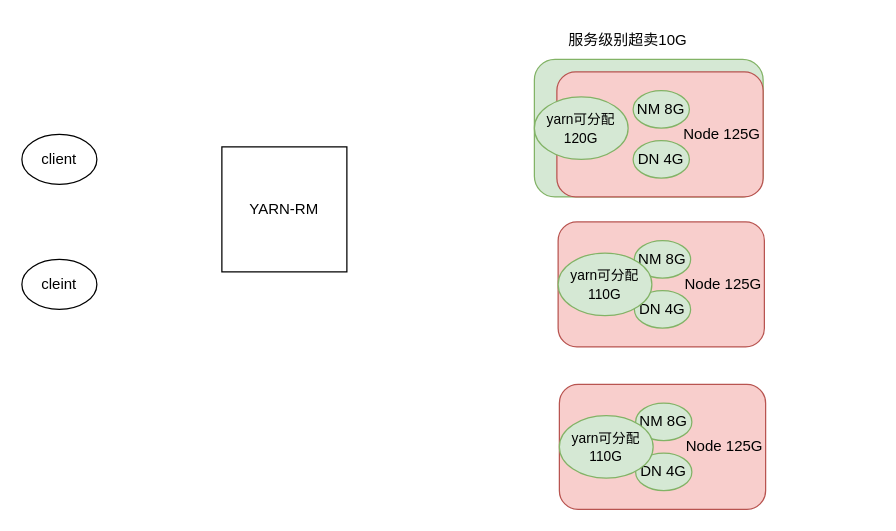
Earlier version of the draw.io diagram yarn-超.drawio (liangrui198/001). Source tidied: cells renumbered, new cells numbered last; positions are measured from the earlier drawing's top-left corner, leaving out a move shared by most shapes. Both pictures are drawn from the tidied source at 125%, with x=0, y=0 at pixel (21, 21).
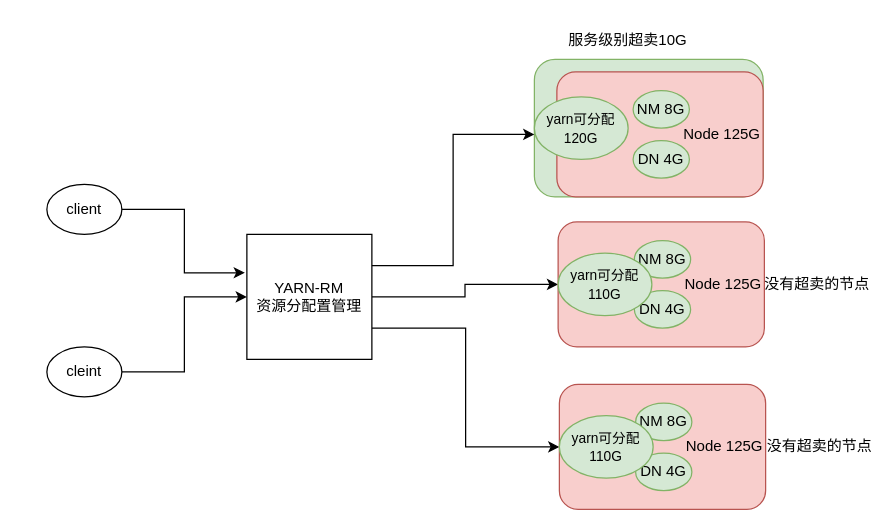
The same page after the edit.

The change refers to these unchanged cells:
```xml
<mxCell id="9" value="&lt;font style=&quot;font-size: 11px;&quot;&gt;yarn可分配 120G&lt;/font&gt;" style="ellipse;whiteSpace=wrap;html=1;fillColor=#d5e8d4;strokeColor=#82b366;" parent="1" vertex="1">
  <mxGeometry x="410" y="60" width="75" height="50" as="geometry" />
</mxCell>
<mxCell id="11" value="&lt;blockquote style=&quot;margin: 0 0 0 40px; border: none; padding: 0px;&quot;&gt;Node 125G&lt;/blockquote&gt;" style="rounded=1;whiteSpace=wrap;html=1;align=right;fillColor=#f8cecc;strokeColor=#b85450;" parent="1" vertex="1">
  <mxGeometry x="429" y="160" width="165" height="100" as="geometry" />
</mxCell>
<mxCell id="18" value="&lt;font style=&quot;font-size: 11px;&quot;&gt;yarn可分配 110G&lt;/font&gt;" style="ellipse;whiteSpace=wrap;html=1;fillColor=#d5e8d4;strokeColor=#82b366;" parent="1" vertex="1">
  <mxGeometry x="430" y="315" width="75" height="50" as="geometry" />
</mxCell>
```

Change to the diagram source:
```diff
@@
     <mxCell id="2" value="client" style="ellipse;whiteSpace=wrap;html=1;" parent="1" vertex="1">
-      <mxGeometry y="90" width="60" height="40" as="geometry" />
+      <mxGeometry x="20" y="130" width="60" height="40" as="geometry" />
     </mxCell>
+    <mxCell id="19" style="edgeStyle=orthogonalEdgeStyle;rounded=0;jettySize=auto;html=1;" parent="1" edge="1" source="3" target="11">
+      <mxGeometry relative="1" as="geometry" />
+    </mxCell>
+    <mxCell id="20" style="edgeStyle=orthogonalEdgeStyle;rounded=0;jettySize=auto;html=1;exitX=1;exitY=0.75;exitDx=0;exitDy=0;entryX=0;entryY=0.5;entryDx=0;entryDy=0;" parent="1" edge="1" source="3" target="18">
+      <mxGeometry relative="1" as="geometry" />
+    </mxCell>
-    <mxCell id="3" value="YARN-RM" style="whiteSpace=wrap;html=1;" parent="1" vertex="1">
-      <mxGeometry x="160" y="100" width="100" height="100" as="geometry" />
+    <mxCell id="3" value="YARN-RM&lt;div&gt;资源分配置管理&lt;/div&gt;" style="whiteSpace=wrap;html=1;" parent="1" vertex="1">
+      <mxGeometry x="180" y="170" width="100" height="100" as="geometry" />
     </mxCell>
@@
+    <mxCell id="21" style="edgeStyle=orthogonalEdgeStyle;rounded=0;jettySize=auto;html=1;" parent="1" edge="1" source="6" target="3">
+      <mxGeometry relative="1" as="geometry" />
+    </mxCell>
     <mxCell id="6" value="cleint" style="ellipse;whiteSpace=wrap;html=1;" parent="1" vertex="1">
-      <mxGeometry y="190" width="60" height="40" as="geometry" />
+      <mxGeometry x="20" y="260" width="60" height="40" as="geometry" />
     </mxCell>
@@
+    <mxCell id="22" style="edgeStyle=orthogonalEdgeStyle;rounded=0;jettySize=auto;html=1;entryX=-0.016;entryY=0.307;entryDx=0;entryDy=0;entryPerimeter=0;" parent="1" edge="1" source="2" target="3">
+      <mxGeometry relative="1" as="geometry" />
+    </mxCell>
+    <mxCell id="23" style="edgeStyle=orthogonalEdgeStyle;rounded=0;jettySize=auto;html=1;exitX=1;exitY=0.25;exitDx=0;exitDy=0;entryX=0;entryY=0.6;entryDx=0;entryDy=0;entryPerimeter=0;" parent="1" edge="1" source="3" target="9">
+      <mxGeometry relative="1" as="geometry" />
+    </mxCell>
+    <mxCell id="24" value="没有超卖的节点" style="text;html=1;align=center;verticalAlign=middle;whiteSpace=wrap;rounded=0;" parent="1" vertex="1">
+      <mxGeometry x="593" y="195" width="87" height="30" as="geometry" />
+    </mxCell>
+    <mxCell id="25" value="没有超卖的节点" style="text;html=1;align=center;verticalAlign=middle;whiteSpace=wrap;rounded=0;" parent="1" vertex="1">
+      <mxGeometry x="595" y="325" width="87" height="30" as="geometry" />
+    </mxCell>
```
